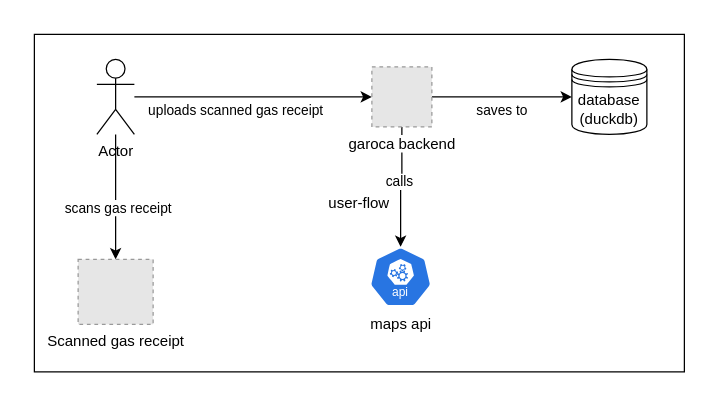
The draw.io diagram src/garoca/garoca_flows.drawio in Mokohn/GAROCA, before the edit. Source tidied: cells renumbered, new cells numbered last; positions are measured from the earlier drawing's top-left corner, leaving out a move shared by most shapes. Both pictures are drawn from the tidied source at 125%, with x=0, y=0 at pixel (34, 34). Pictures stored in the file or linked from it are replaced by grey dashed boxes.
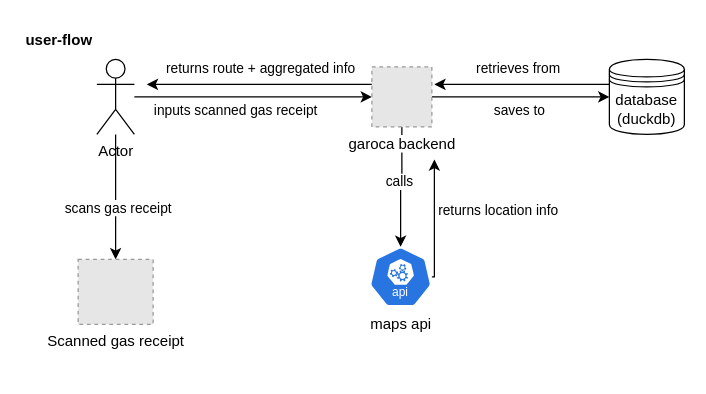
The same diagram, later.

Commit message:
garoca_flows.drawio - add user flow

The change refers to these unchanged cells:
```xml
<mxCell id="5" style="edgeStyle=orthogonalEdgeStyle;rounded=0;jettySize=auto;html=1;" parent="1" edge="1" source="7" target="14">
  <mxGeometry relative="1" as="geometry" />
</mxCell>
<mxCell id="9" value="&lt;div&gt;maps api&lt;/div&gt;" style="sketch=0;html=1;dashed=0;whitespace=wrap;verticalLabelPosition=bottom;verticalAlign=top;fillColor=#2875E2;strokeColor=#ffffff;points=[[0.005,0.63,0],[0.1,0.2,0],[0.9,0.2,0],[0.5,0,0],[0.995,0.63,0],[0.72,0.99,0],[0.5,1,0],[0.28,0.99,0]];shape=mxgraph.kubernetes.icon2;kubernetesLabel=1;prIcon=api;" parent="1" vertex="1">
  <mxGeometry x="268" y="170" width="50" height="48" as="geometry" />
</mxCell>
<mxCell id="14" value="&lt;div&gt;garoca backend&lt;/div&gt;" style="fillColor=#E6E6E6;strokeColor=#999999;dashed=1;html=1;verticalAlign=top;verticalLabelPosition=bottom;labelBackgroundColor=#ffffff;" parent="1" vertex="1">
  <mxGeometry x="270" y="26" width="48" height="48" as="geometry" />
</mxCell>
```

The edit, as a diff of the source:
```diff
@@
-    <mxCell id="2" value="user-flow" style="rounded=0;whiteSpace=wrap;html=1;" parent="1" vertex="1">
-      <mxGeometry width="520" height="270" as="geometry" />
-    </mxCell>
@@
-    <mxCell id="6" value="uploads scanned gas receipt" style="edgeLabel;html=1;align=center;verticalAlign=middle;" parent="5" vertex="1">
+    <mxCell id="6" value="inputs scanned gas receipt" style="edgeLabel;html=1;align=center;verticalAlign=middle;" parent="5" vertex="1">
       <mxGeometry x="-0.36" relative="1" as="geometry">
         <mxPoint x="19" y="10" as="offset" />
       </mxGeometry>
     </mxCell>
@@
+    <mxCell id="16" style="edgeStyle=orthogonalEdgeStyle;rounded=0;jettySize=auto;html=1;" parent="1" edge="1" source="8">
+      <mxGeometry relative="1" as="geometry">
+        <mxPoint x="320" y="40" as="targetPoint" />
+        <Array as="points">
+          <mxPoint x="400" y="40" />
+          <mxPoint x="400" y="40" />
+        </Array>
+      </mxGeometry>
+    </mxCell>
+    <mxCell id="17" value="retrieves from" style="edgeLabel;html=1;align=center;verticalAlign=middle;" parent="16" vertex="1">
+      <mxGeometry x="0.22" y="-2" relative="1" as="geometry">
+        <mxPoint x="11" y="-12" as="offset" />
+      </mxGeometry>
+    </mxCell>
     <mxCell id="8" value="&lt;div&gt;database (duckdb)&lt;/div&gt;" style="shape=datastore;whiteSpace=wrap;html=1;" parent="1" vertex="1">
-      <mxGeometry x="430" y="20" width="60" height="60" as="geometry" />
+      <mxGeometry x="460" y="20" width="60" height="60" as="geometry" />
     </mxCell>
+    <mxCell id="18" style="edgeStyle=orthogonalEdgeStyle;rounded=0;jettySize=auto;html=1;" parent="1" edge="1" source="9">
+      <mxGeometry relative="1" as="geometry">
+        <mxPoint x="320" y="100" as="targetPoint" />
+        <Array as="points">
+          <mxPoint x="320" y="194" />
+        </Array>
+      </mxGeometry>
+    </mxCell>
+    <mxCell id="19" value="returns location info" style="edgeLabel;html=1;align=center;verticalAlign=middle;" parent="18" vertex="1">
+      <mxGeometry x="0.27" relative="1" as="geometry">
+        <mxPoint x="50" y="5" as="offset" />
+      </mxGeometry>
+    </mxCell>
@@
+    <mxCell id="20" style="edgeStyle=orthogonalEdgeStyle;rounded=0;jettySize=auto;html=1;" parent="1" edge="1" source="14">
+      <mxGeometry relative="1" as="geometry">
+        <mxPoint x="90" y="40" as="targetPoint" />
+        <Array as="points">
+          <mxPoint x="220" y="40" />
+          <mxPoint x="220" y="40" />
+        </Array>
+      </mxGeometry>
+    </mxCell>
+    <mxCell id="21" value="returns route + aggregated info" style="edgeLabel;html=1;align=center;verticalAlign=middle;" parent="20" vertex="1">
+      <mxGeometry x="0.03" y="-2" relative="1" as="geometry">
+        <mxPoint x="3" y="-12" as="offset" />
+      </mxGeometry>
+    </mxCell>
@@
+    <mxCell id="2" value="&lt;b&gt;user-flow&lt;/b&gt;" style="text;html=1;whiteSpace=wrap;strokeColor=none;fillColor=none;align=center;verticalAlign=middle;rounded=0;" parent="1" vertex="1">
+      <mxGeometry x="-10" y="-10" width="60" height="30" as="geometry" />
+    </mxCell>
```
